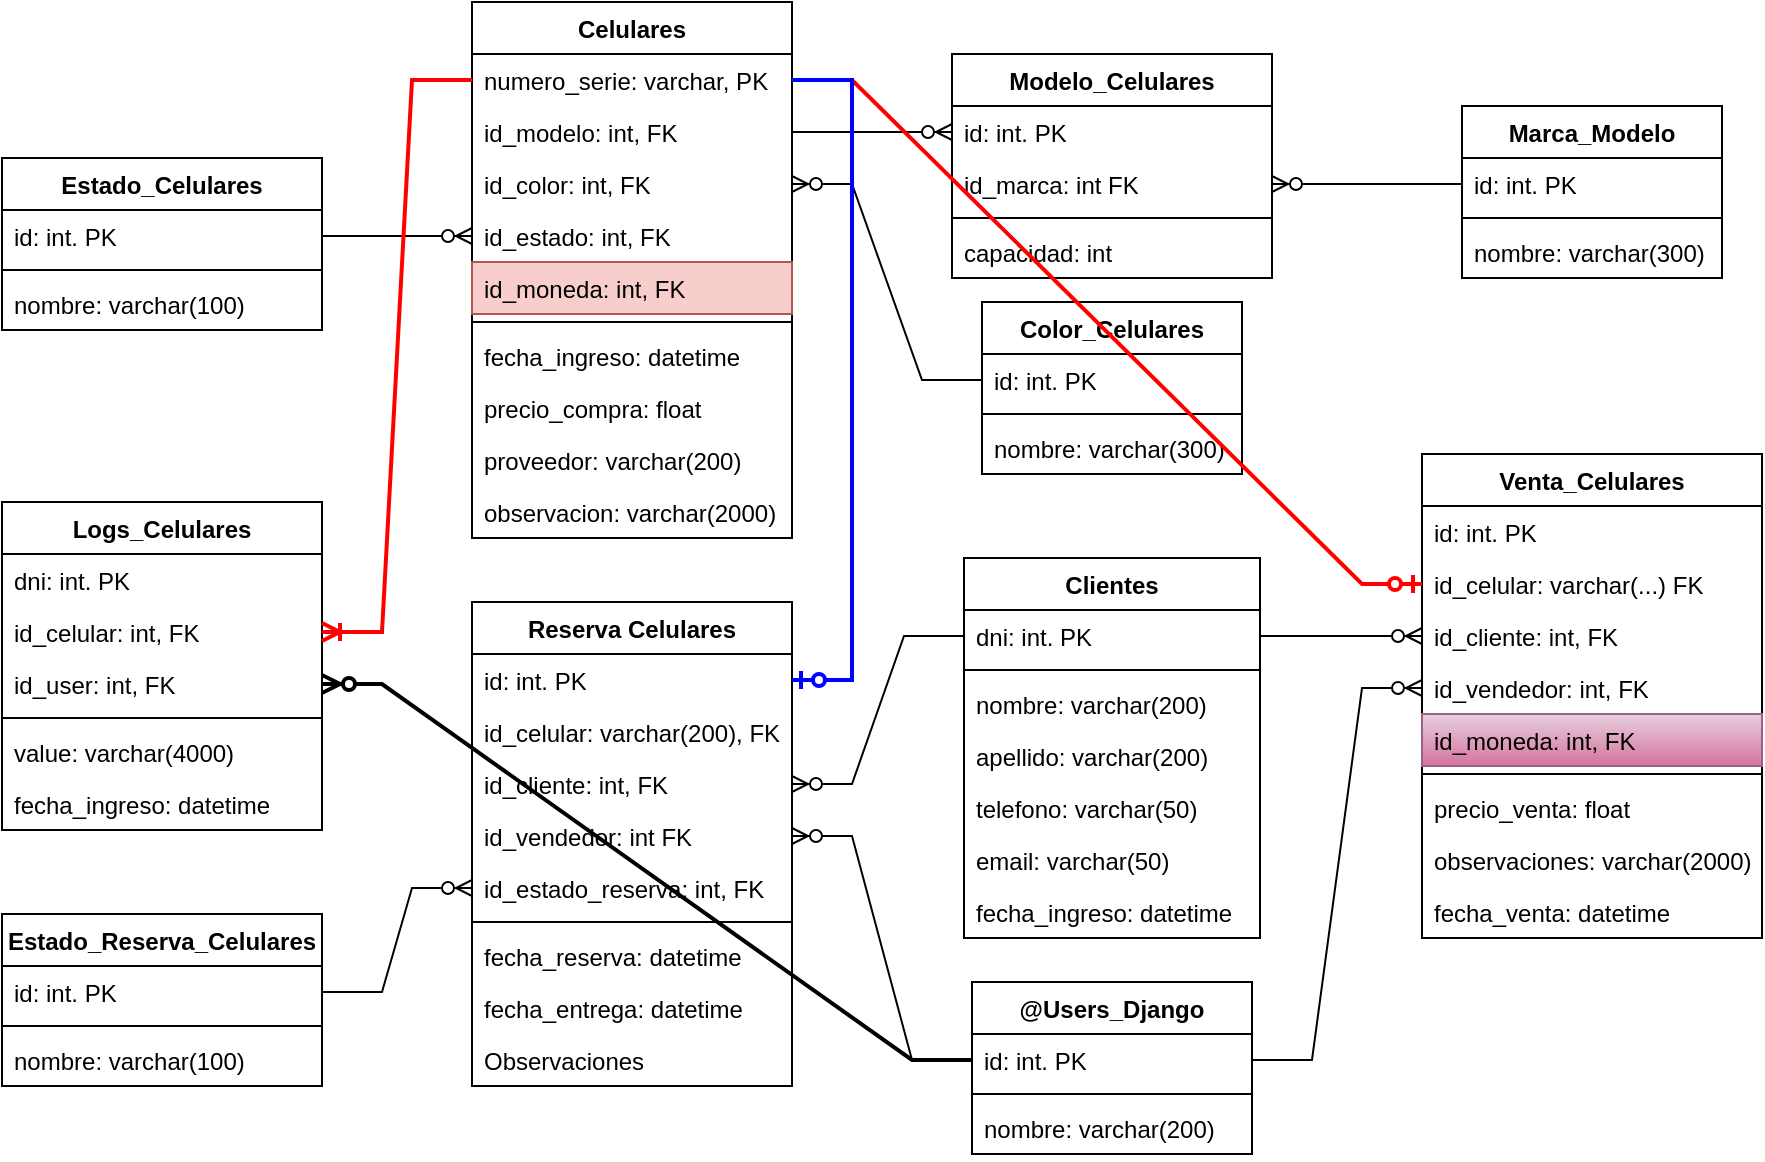
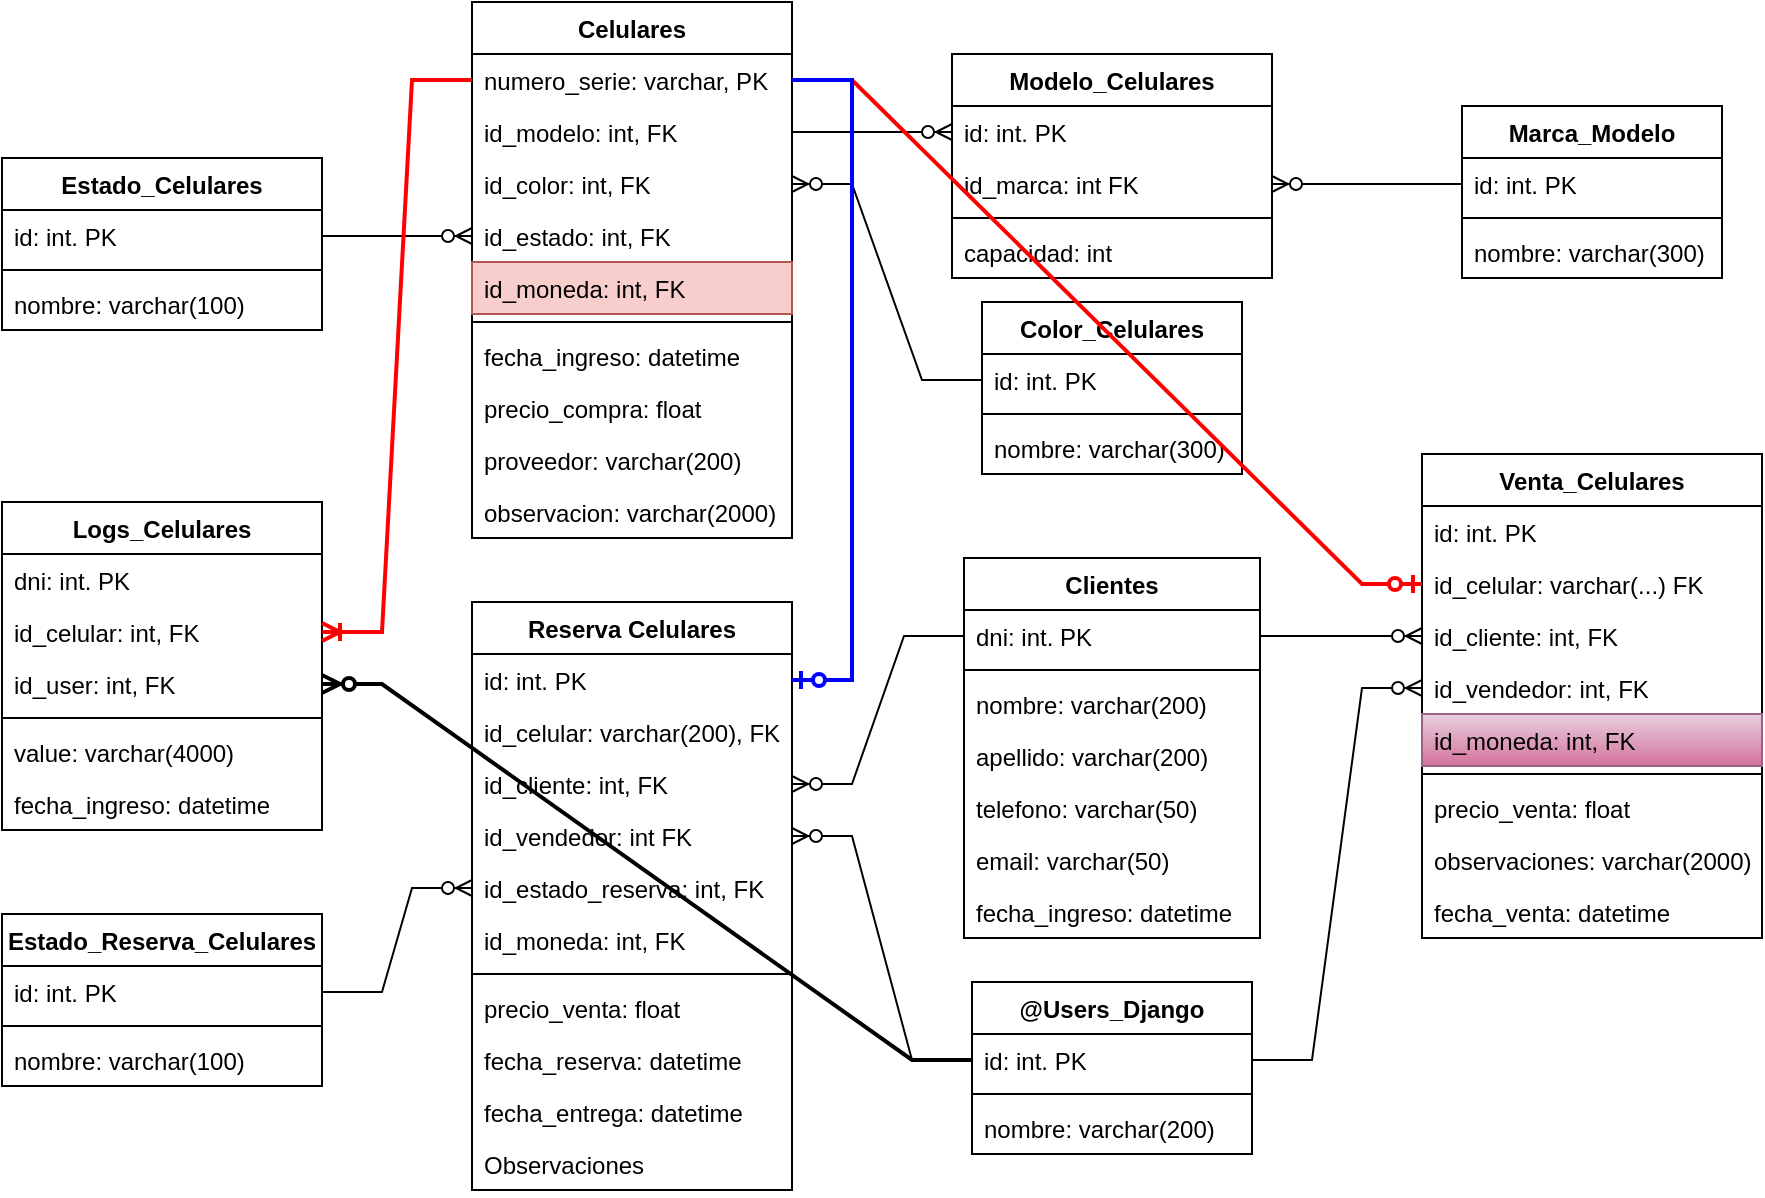
<mxfile host="Electron" agent="Mozilla/5.0 (Windows NT 10.0; Win64; x64) AppleWebKit/537.36 (KHTML, like Gecko) draw.io/28.0.6 Chrome/138.0.7204.100 Electron/37.2.3 Safari/537.36" version="28.0.6">
  <diagram name="Página-1" id="NHJCB9ElBA69mCwC8eOp">
    <mxGraphModel dx="1042" dy="626" grid="1" gridSize="10" guides="1" tooltips="1" connect="1" arrows="1" fold="1" page="1" pageScale="1" pageWidth="827" pageHeight="1169" math="0" shadow="0">
      <root>
        <mxCell id="0" />
        <mxCell id="1" parent="0" />
        <mxCell id="cg11E8aCLZpi7UAABEdW-1" value="Celulares" style="swimlane;fontStyle=1;align=center;verticalAlign=top;childLayout=stackLayout;horizontal=1;startSize=26;horizontalStack=0;resizeParent=1;resizeParentMax=0;resizeLast=0;collapsible=1;marginBottom=0;whiteSpace=wrap;html=1;" parent="1" vertex="1">
          <mxGeometry x="265" y="20" width="160" height="268" as="geometry" />
        </mxCell>
        <mxCell id="cg11E8aCLZpi7UAABEdW-2" value="numero_serie: varchar, PK" style="text;strokeColor=none;fillColor=none;align=left;verticalAlign=top;spacingLeft=4;spacingRight=4;overflow=hidden;rotatable=0;points=[[0,0.5],[1,0.5]];portConstraint=eastwest;whiteSpace=wrap;html=1;" parent="cg11E8aCLZpi7UAABEdW-1" vertex="1">
          <mxGeometry y="26" width="160" height="26" as="geometry" />
        </mxCell>
        <mxCell id="6_gGa5KyeZTrZgQA43t1-7" value="id_modelo: int, FK" style="text;strokeColor=none;fillColor=none;align=left;verticalAlign=top;spacingLeft=4;spacingRight=4;overflow=hidden;rotatable=0;points=[[0,0.5],[1,0.5]];portConstraint=eastwest;whiteSpace=wrap;html=1;" parent="cg11E8aCLZpi7UAABEdW-1" vertex="1">
          <mxGeometry y="52" width="160" height="26" as="geometry" />
        </mxCell>
        <mxCell id="6_gGa5KyeZTrZgQA43t1-6" value="id_color: int, FK" style="text;strokeColor=none;fillColor=none;align=left;verticalAlign=top;spacingLeft=4;spacingRight=4;overflow=hidden;rotatable=0;points=[[0,0.5],[1,0.5]];portConstraint=eastwest;whiteSpace=wrap;html=1;" parent="cg11E8aCLZpi7UAABEdW-1" vertex="1">
          <mxGeometry y="78" width="160" height="26" as="geometry" />
        </mxCell>
        <mxCell id="6_gGa5KyeZTrZgQA43t1-5" value="id_estado: int, FK" style="text;strokeColor=none;fillColor=none;align=left;verticalAlign=top;spacingLeft=4;spacingRight=4;overflow=hidden;rotatable=0;points=[[0,0.5],[1,0.5]];portConstraint=eastwest;whiteSpace=wrap;html=1;" parent="cg11E8aCLZpi7UAABEdW-1" vertex="1">
          <mxGeometry y="104" width="160" height="26" as="geometry" />
        </mxCell>
        <mxCell id="6_gGa5KyeZTrZgQA43t1-3" value="id_moneda: int, FK" style="text;strokeColor=#b85450;fillColor=#f8cecc;align=left;verticalAlign=top;spacingLeft=4;spacingRight=4;overflow=hidden;rotatable=0;points=[[0,0.5],[1,0.5]];portConstraint=eastwest;whiteSpace=wrap;html=1;" parent="cg11E8aCLZpi7UAABEdW-1" vertex="1">
          <mxGeometry y="130" width="160" height="26" as="geometry" />
        </mxCell>
        <mxCell id="cg11E8aCLZpi7UAABEdW-3" value="" style="line;strokeWidth=1;fillColor=none;align=left;verticalAlign=middle;spacingTop=-1;spacingLeft=3;spacingRight=3;rotatable=0;labelPosition=right;points=[];portConstraint=eastwest;strokeColor=inherit;" parent="cg11E8aCLZpi7UAABEdW-1" vertex="1">
          <mxGeometry y="156" width="160" height="8" as="geometry" />
        </mxCell>
        <mxCell id="cg11E8aCLZpi7UAABEdW-4" value="fecha_ingreso: datetime" style="text;strokeColor=none;fillColor=none;align=left;verticalAlign=top;spacingLeft=4;spacingRight=4;overflow=hidden;rotatable=0;points=[[0,0.5],[1,0.5]];portConstraint=eastwest;whiteSpace=wrap;html=1;" parent="cg11E8aCLZpi7UAABEdW-1" vertex="1">
          <mxGeometry y="164" width="160" height="26" as="geometry" />
        </mxCell>
        <mxCell id="6_gGa5KyeZTrZgQA43t1-4" value="precio_compra: float" style="text;strokeColor=none;fillColor=none;align=left;verticalAlign=top;spacingLeft=4;spacingRight=4;overflow=hidden;rotatable=0;points=[[0,0.5],[1,0.5]];portConstraint=eastwest;whiteSpace=wrap;html=1;" parent="cg11E8aCLZpi7UAABEdW-1" vertex="1">
          <mxGeometry y="190" width="160" height="26" as="geometry" />
        </mxCell>
        <mxCell id="6_gGa5KyeZTrZgQA43t1-2" value="proveedor: varchar(200)" style="text;strokeColor=none;fillColor=none;align=left;verticalAlign=top;spacingLeft=4;spacingRight=4;overflow=hidden;rotatable=0;points=[[0,0.5],[1,0.5]];portConstraint=eastwest;whiteSpace=wrap;html=1;" parent="cg11E8aCLZpi7UAABEdW-1" vertex="1">
          <mxGeometry y="216" width="160" height="26" as="geometry" />
        </mxCell>
        <mxCell id="6_gGa5KyeZTrZgQA43t1-1" value="observacion: varchar(2000)" style="text;strokeColor=none;fillColor=none;align=left;verticalAlign=top;spacingLeft=4;spacingRight=4;overflow=hidden;rotatable=0;points=[[0,0.5],[1,0.5]];portConstraint=eastwest;whiteSpace=wrap;html=1;" parent="cg11E8aCLZpi7UAABEdW-1" vertex="1">
          <mxGeometry y="242" width="160" height="26" as="geometry" />
        </mxCell>
        <mxCell id="6_gGa5KyeZTrZgQA43t1-8" value="Modelo_Celulares" style="swimlane;fontStyle=1;align=center;verticalAlign=top;childLayout=stackLayout;horizontal=1;startSize=26;horizontalStack=0;resizeParent=1;resizeParentMax=0;resizeLast=0;collapsible=1;marginBottom=0;whiteSpace=wrap;html=1;" parent="1" vertex="1">
          <mxGeometry x="505" y="46" width="160" height="112" as="geometry" />
        </mxCell>
        <mxCell id="6_gGa5KyeZTrZgQA43t1-9" value="id: int. PK" style="text;strokeColor=none;fillColor=none;align=left;verticalAlign=top;spacingLeft=4;spacingRight=4;overflow=hidden;rotatable=0;points=[[0,0.5],[1,0.5]];portConstraint=eastwest;whiteSpace=wrap;html=1;" parent="6_gGa5KyeZTrZgQA43t1-8" vertex="1">
          <mxGeometry y="26" width="160" height="26" as="geometry" />
        </mxCell>
        <mxCell id="6_gGa5KyeZTrZgQA43t1-16" value="id_marca: int FK" style="text;strokeColor=none;fillColor=none;align=left;verticalAlign=top;spacingLeft=4;spacingRight=4;overflow=hidden;rotatable=0;points=[[0,0.5],[1,0.5]];portConstraint=eastwest;whiteSpace=wrap;html=1;" parent="6_gGa5KyeZTrZgQA43t1-8" vertex="1">
          <mxGeometry y="52" width="160" height="26" as="geometry" />
        </mxCell>
        <mxCell id="6_gGa5KyeZTrZgQA43t1-14" value="" style="line;strokeWidth=1;fillColor=none;align=left;verticalAlign=middle;spacingTop=-1;spacingLeft=3;spacingRight=3;rotatable=0;labelPosition=right;points=[];portConstraint=eastwest;strokeColor=inherit;" parent="6_gGa5KyeZTrZgQA43t1-8" vertex="1">
          <mxGeometry y="78" width="160" height="8" as="geometry" />
        </mxCell>
        <mxCell id="6_gGa5KyeZTrZgQA43t1-15" value="capacidad: int" style="text;strokeColor=none;fillColor=none;align=left;verticalAlign=top;spacingLeft=4;spacingRight=4;overflow=hidden;rotatable=0;points=[[0,0.5],[1,0.5]];portConstraint=eastwest;whiteSpace=wrap;html=1;" parent="6_gGa5KyeZTrZgQA43t1-8" vertex="1">
          <mxGeometry y="86" width="160" height="26" as="geometry" />
        </mxCell>
        <mxCell id="6_gGa5KyeZTrZgQA43t1-19" value="Marca_Modelo" style="swimlane;fontStyle=1;align=center;verticalAlign=top;childLayout=stackLayout;horizontal=1;startSize=26;horizontalStack=0;resizeParent=1;resizeParentMax=0;resizeLast=0;collapsible=1;marginBottom=0;whiteSpace=wrap;html=1;" parent="1" vertex="1">
          <mxGeometry x="760" y="72" width="130" height="86" as="geometry" />
        </mxCell>
        <mxCell id="6_gGa5KyeZTrZgQA43t1-20" value="id: int. PK" style="text;strokeColor=none;fillColor=none;align=left;verticalAlign=top;spacingLeft=4;spacingRight=4;overflow=hidden;rotatable=0;points=[[0,0.5],[1,0.5]];portConstraint=eastwest;whiteSpace=wrap;html=1;" parent="6_gGa5KyeZTrZgQA43t1-19" vertex="1">
          <mxGeometry y="26" width="130" height="26" as="geometry" />
        </mxCell>
        <mxCell id="6_gGa5KyeZTrZgQA43t1-22" value="" style="line;strokeWidth=1;fillColor=none;align=left;verticalAlign=middle;spacingTop=-1;spacingLeft=3;spacingRight=3;rotatable=0;labelPosition=right;points=[];portConstraint=eastwest;strokeColor=inherit;" parent="6_gGa5KyeZTrZgQA43t1-19" vertex="1">
          <mxGeometry y="52" width="130" height="8" as="geometry" />
        </mxCell>
        <mxCell id="6_gGa5KyeZTrZgQA43t1-23" value="nombre: varchar(300)" style="text;strokeColor=none;fillColor=none;align=left;verticalAlign=top;spacingLeft=4;spacingRight=4;overflow=hidden;rotatable=0;points=[[0,0.5],[1,0.5]];portConstraint=eastwest;whiteSpace=wrap;html=1;" parent="6_gGa5KyeZTrZgQA43t1-19" vertex="1">
          <mxGeometry y="60" width="130" height="26" as="geometry" />
        </mxCell>
        <mxCell id="6_gGa5KyeZTrZgQA43t1-28" value="Estado_Celulares" style="swimlane;fontStyle=1;align=center;verticalAlign=top;childLayout=stackLayout;horizontal=1;startSize=26;horizontalStack=0;resizeParent=1;resizeParentMax=0;resizeLast=0;collapsible=1;marginBottom=0;whiteSpace=wrap;html=1;" parent="1" vertex="1">
          <mxGeometry x="30" y="98" width="160" height="86" as="geometry" />
        </mxCell>
        <mxCell id="6_gGa5KyeZTrZgQA43t1-29" value="id: int. PK" style="text;strokeColor=none;fillColor=none;align=left;verticalAlign=top;spacingLeft=4;spacingRight=4;overflow=hidden;rotatable=0;points=[[0,0.5],[1,0.5]];portConstraint=eastwest;whiteSpace=wrap;html=1;" parent="6_gGa5KyeZTrZgQA43t1-28" vertex="1">
          <mxGeometry y="26" width="160" height="26" as="geometry" />
        </mxCell>
        <mxCell id="6_gGa5KyeZTrZgQA43t1-31" value="" style="line;strokeWidth=1;fillColor=none;align=left;verticalAlign=middle;spacingTop=-1;spacingLeft=3;spacingRight=3;rotatable=0;labelPosition=right;points=[];portConstraint=eastwest;strokeColor=inherit;" parent="6_gGa5KyeZTrZgQA43t1-28" vertex="1">
          <mxGeometry y="52" width="160" height="8" as="geometry" />
        </mxCell>
        <mxCell id="6_gGa5KyeZTrZgQA43t1-32" value="nombre: varchar(100)" style="text;strokeColor=none;fillColor=none;align=left;verticalAlign=top;spacingLeft=4;spacingRight=4;overflow=hidden;rotatable=0;points=[[0,0.5],[1,0.5]];portConstraint=eastwest;whiteSpace=wrap;html=1;" parent="6_gGa5KyeZTrZgQA43t1-28" vertex="1">
          <mxGeometry y="60" width="160" height="26" as="geometry" />
        </mxCell>
        <mxCell id="6_gGa5KyeZTrZgQA43t1-33" value="Venta_Celulares" style="swimlane;fontStyle=1;align=center;verticalAlign=top;childLayout=stackLayout;horizontal=1;startSize=26;horizontalStack=0;resizeParent=1;resizeParentMax=0;resizeLast=0;collapsible=1;marginBottom=0;whiteSpace=wrap;html=1;" parent="1" vertex="1">
          <mxGeometry x="740" y="246" width="170" height="242" as="geometry" />
        </mxCell>
        <mxCell id="6_gGa5KyeZTrZgQA43t1-34" value="id: int. PK" style="text;strokeColor=none;fillColor=none;align=left;verticalAlign=top;spacingLeft=4;spacingRight=4;overflow=hidden;rotatable=0;points=[[0,0.5],[1,0.5]];portConstraint=eastwest;whiteSpace=wrap;html=1;" parent="6_gGa5KyeZTrZgQA43t1-33" vertex="1">
          <mxGeometry y="26" width="170" height="26" as="geometry" />
        </mxCell>
        <mxCell id="6_gGa5KyeZTrZgQA43t1-36" value="id_celular: varchar(...) FK" style="text;strokeColor=none;fillColor=none;align=left;verticalAlign=top;spacingLeft=4;spacingRight=4;overflow=hidden;rotatable=0;points=[[0,0.5],[1,0.5]];portConstraint=eastwest;whiteSpace=wrap;html=1;" parent="6_gGa5KyeZTrZgQA43t1-33" vertex="1">
          <mxGeometry y="52" width="170" height="26" as="geometry" />
        </mxCell>
        <mxCell id="6_gGa5KyeZTrZgQA43t1-41" value="id_cliente: int, FK" style="text;strokeColor=none;fillColor=none;align=left;verticalAlign=top;spacingLeft=4;spacingRight=4;overflow=hidden;rotatable=0;points=[[0,0.5],[1,0.5]];portConstraint=eastwest;whiteSpace=wrap;html=1;" parent="6_gGa5KyeZTrZgQA43t1-33" vertex="1">
          <mxGeometry y="78" width="170" height="26" as="geometry" />
        </mxCell>
        <mxCell id="6_gGa5KyeZTrZgQA43t1-40" value="id_vendedor: int, FK" style="text;strokeColor=none;fillColor=none;align=left;verticalAlign=top;spacingLeft=4;spacingRight=4;overflow=hidden;rotatable=0;points=[[0,0.5],[1,0.5]];portConstraint=eastwest;whiteSpace=wrap;html=1;" parent="6_gGa5KyeZTrZgQA43t1-33" vertex="1">
          <mxGeometry y="104" width="170" height="26" as="geometry" />
        </mxCell>
        <mxCell id="6_gGa5KyeZTrZgQA43t1-38" value="id_moneda: int, FK" style="text;strokeColor=#996185;fillColor=#e6d0de;align=left;verticalAlign=top;spacingLeft=4;spacingRight=4;overflow=hidden;rotatable=0;points=[[0,0.5],[1,0.5]];portConstraint=eastwest;whiteSpace=wrap;html=1;gradientColor=#d5739d;" parent="6_gGa5KyeZTrZgQA43t1-33" vertex="1">
          <mxGeometry y="130" width="170" height="26" as="geometry" />
        </mxCell>
        <mxCell id="6_gGa5KyeZTrZgQA43t1-35" value="" style="line;strokeWidth=1;fillColor=none;align=left;verticalAlign=middle;spacingTop=-1;spacingLeft=3;spacingRight=3;rotatable=0;labelPosition=right;points=[];portConstraint=eastwest;strokeColor=inherit;" parent="6_gGa5KyeZTrZgQA43t1-33" vertex="1">
          <mxGeometry y="156" width="170" height="8" as="geometry" />
        </mxCell>
        <mxCell id="6_gGa5KyeZTrZgQA43t1-39" value="precio_venta: float" style="text;strokeColor=none;fillColor=none;align=left;verticalAlign=top;spacingLeft=4;spacingRight=4;overflow=hidden;rotatable=0;points=[[0,0.5],[1,0.5]];portConstraint=eastwest;whiteSpace=wrap;html=1;" parent="6_gGa5KyeZTrZgQA43t1-33" vertex="1">
          <mxGeometry y="164" width="170" height="26" as="geometry" />
        </mxCell>
        <mxCell id="6_gGa5KyeZTrZgQA43t1-37" value="observaciones: varchar(2000)" style="text;strokeColor=none;fillColor=none;align=left;verticalAlign=top;spacingLeft=4;spacingRight=4;overflow=hidden;rotatable=0;points=[[0,0.5],[1,0.5]];portConstraint=eastwest;whiteSpace=wrap;html=1;" parent="6_gGa5KyeZTrZgQA43t1-33" vertex="1">
          <mxGeometry y="190" width="170" height="26" as="geometry" />
        </mxCell>
        <mxCell id="6_gGa5KyeZTrZgQA43t1-63" value="fecha_venta: datetime" style="text;strokeColor=none;fillColor=none;align=left;verticalAlign=top;spacingLeft=4;spacingRight=4;overflow=hidden;rotatable=0;points=[[0,0.5],[1,0.5]];portConstraint=eastwest;whiteSpace=wrap;html=1;" parent="6_gGa5KyeZTrZgQA43t1-33" vertex="1">
          <mxGeometry y="216" width="170" height="26" as="geometry" />
        </mxCell>
        <mxCell id="6_gGa5KyeZTrZgQA43t1-43" value="Clientes" style="swimlane;fontStyle=1;align=center;verticalAlign=top;childLayout=stackLayout;horizontal=1;startSize=26;horizontalStack=0;resizeParent=1;resizeParentMax=0;resizeLast=0;collapsible=1;marginBottom=0;whiteSpace=wrap;html=1;" parent="1" vertex="1">
          <mxGeometry x="511" y="298" width="148" height="190" as="geometry" />
        </mxCell>
        <mxCell id="6_gGa5KyeZTrZgQA43t1-44" value="dni: int. PK" style="text;strokeColor=none;fillColor=none;align=left;verticalAlign=top;spacingLeft=4;spacingRight=4;overflow=hidden;rotatable=0;points=[[0,0.5],[1,0.5]];portConstraint=eastwest;whiteSpace=wrap;html=1;" parent="6_gGa5KyeZTrZgQA43t1-43" vertex="1">
          <mxGeometry y="26" width="148" height="26" as="geometry" />
        </mxCell>
        <mxCell id="6_gGa5KyeZTrZgQA43t1-45" value="" style="line;strokeWidth=1;fillColor=none;align=left;verticalAlign=middle;spacingTop=-1;spacingLeft=3;spacingRight=3;rotatable=0;labelPosition=right;points=[];portConstraint=eastwest;strokeColor=inherit;" parent="6_gGa5KyeZTrZgQA43t1-43" vertex="1">
          <mxGeometry y="52" width="148" height="8" as="geometry" />
        </mxCell>
        <mxCell id="6_gGa5KyeZTrZgQA43t1-46" value="nombre: varchar(200)" style="text;strokeColor=none;fillColor=none;align=left;verticalAlign=top;spacingLeft=4;spacingRight=4;overflow=hidden;rotatable=0;points=[[0,0.5],[1,0.5]];portConstraint=eastwest;whiteSpace=wrap;html=1;" parent="6_gGa5KyeZTrZgQA43t1-43" vertex="1">
          <mxGeometry y="60" width="148" height="26" as="geometry" />
        </mxCell>
        <mxCell id="6_gGa5KyeZTrZgQA43t1-50" value="apellido: varchar(200)" style="text;strokeColor=none;fillColor=none;align=left;verticalAlign=top;spacingLeft=4;spacingRight=4;overflow=hidden;rotatable=0;points=[[0,0.5],[1,0.5]];portConstraint=eastwest;whiteSpace=wrap;html=1;" parent="6_gGa5KyeZTrZgQA43t1-43" vertex="1">
          <mxGeometry y="86" width="148" height="26" as="geometry" />
        </mxCell>
        <mxCell id="6_gGa5KyeZTrZgQA43t1-49" value="telefono: varchar(50)" style="text;strokeColor=none;fillColor=none;align=left;verticalAlign=top;spacingLeft=4;spacingRight=4;overflow=hidden;rotatable=0;points=[[0,0.5],[1,0.5]];portConstraint=eastwest;whiteSpace=wrap;html=1;" parent="6_gGa5KyeZTrZgQA43t1-43" vertex="1">
          <mxGeometry y="112" width="148" height="26" as="geometry" />
        </mxCell>
        <mxCell id="6_gGa5KyeZTrZgQA43t1-48" value="email: varchar(50)" style="text;strokeColor=none;fillColor=none;align=left;verticalAlign=top;spacingLeft=4;spacingRight=4;overflow=hidden;rotatable=0;points=[[0,0.5],[1,0.5]];portConstraint=eastwest;whiteSpace=wrap;html=1;" parent="6_gGa5KyeZTrZgQA43t1-43" vertex="1">
          <mxGeometry y="138" width="148" height="26" as="geometry" />
        </mxCell>
        <mxCell id="6_gGa5KyeZTrZgQA43t1-47" value="fecha_ingreso: datetime" style="text;strokeColor=none;fillColor=none;align=left;verticalAlign=top;spacingLeft=4;spacingRight=4;overflow=hidden;rotatable=0;points=[[0,0.5],[1,0.5]];portConstraint=eastwest;whiteSpace=wrap;html=1;" parent="6_gGa5KyeZTrZgQA43t1-43" vertex="1">
          <mxGeometry y="164" width="148" height="26" as="geometry" />
        </mxCell>
        <mxCell id="6_gGa5KyeZTrZgQA43t1-51" value="Logs_Celulares" style="swimlane;fontStyle=1;align=center;verticalAlign=top;childLayout=stackLayout;horizontal=1;startSize=26;horizontalStack=0;resizeParent=1;resizeParentMax=0;resizeLast=0;collapsible=1;marginBottom=0;whiteSpace=wrap;html=1;" parent="1" vertex="1">
          <mxGeometry x="30" y="270" width="160" height="164" as="geometry" />
        </mxCell>
        <mxCell id="6_gGa5KyeZTrZgQA43t1-52" value="dni: int. PK" style="text;strokeColor=none;fillColor=none;align=left;verticalAlign=top;spacingLeft=4;spacingRight=4;overflow=hidden;rotatable=0;points=[[0,0.5],[1,0.5]];portConstraint=eastwest;whiteSpace=wrap;html=1;" parent="6_gGa5KyeZTrZgQA43t1-51" vertex="1">
          <mxGeometry y="26" width="160" height="26" as="geometry" />
        </mxCell>
        <mxCell id="6_gGa5KyeZTrZgQA43t1-59" value="id_celular: int, FK" style="text;strokeColor=none;fillColor=none;align=left;verticalAlign=top;spacingLeft=4;spacingRight=4;overflow=hidden;rotatable=0;points=[[0,0.5],[1,0.5]];portConstraint=eastwest;whiteSpace=wrap;html=1;" parent="6_gGa5KyeZTrZgQA43t1-51" vertex="1">
          <mxGeometry y="52" width="160" height="26" as="geometry" />
        </mxCell>
-         <mxCell id="BGAKP8ltmg3E2UQQB0_H-1" value="id_user: int, FK" style="text;strokeColor=none;fillColor=none;align=left;verticalAlign=top;spacingLeft=4;spacingRight=4;overflow=hidden;rotatable=0;points=[[0,0.5],[1,0.5]];portConstraint=eastwest;whiteSpace=wrap;html=1;" vertex="1" parent="6_gGa5KyeZTrZgQA43t1-51">
+         <mxCell id="BGAKP8ltmg3E2UQQB0_H-1" value="id_user: int, FK" style="text;strokeColor=none;fillColor=none;align=left;verticalAlign=top;spacingLeft=4;spacingRight=4;overflow=hidden;rotatable=0;points=[[0,0.5],[1,0.5]];portConstraint=eastwest;whiteSpace=wrap;html=1;" parent="6_gGa5KyeZTrZgQA43t1-51" vertex="1">
          <mxGeometry y="78" width="160" height="26" as="geometry" />
        </mxCell>
        <mxCell id="6_gGa5KyeZTrZgQA43t1-53" value="" style="line;strokeWidth=1;fillColor=none;align=left;verticalAlign=middle;spacingTop=-1;spacingLeft=3;spacingRight=3;rotatable=0;labelPosition=right;points=[];portConstraint=eastwest;strokeColor=inherit;" parent="6_gGa5KyeZTrZgQA43t1-51" vertex="1">
          <mxGeometry y="104" width="160" height="8" as="geometry" />
        </mxCell>
        <mxCell id="6_gGa5KyeZTrZgQA43t1-54" value="value: varchar(4000)" style="text;strokeColor=none;fillColor=none;align=left;verticalAlign=top;spacingLeft=4;spacingRight=4;overflow=hidden;rotatable=0;points=[[0,0.5],[1,0.5]];portConstraint=eastwest;whiteSpace=wrap;html=1;" parent="6_gGa5KyeZTrZgQA43t1-51" vertex="1">
          <mxGeometry y="112" width="160" height="26" as="geometry" />
        </mxCell>
        <mxCell id="6_gGa5KyeZTrZgQA43t1-58" value="fecha_ingreso: datetime" style="text;strokeColor=none;fillColor=none;align=left;verticalAlign=top;spacingLeft=4;spacingRight=4;overflow=hidden;rotatable=0;points=[[0,0.5],[1,0.5]];portConstraint=eastwest;whiteSpace=wrap;html=1;" parent="6_gGa5KyeZTrZgQA43t1-51" vertex="1">
          <mxGeometry y="138" width="160" height="26" as="geometry" />
        </mxCell>
        <mxCell id="6_gGa5KyeZTrZgQA43t1-64" value="Reserva Celulares" style="swimlane;fontStyle=1;align=center;verticalAlign=top;childLayout=stackLayout;horizontal=1;startSize=26;horizontalStack=0;resizeParent=1;resizeParentMax=0;resizeLast=0;collapsible=1;marginBottom=0;whiteSpace=wrap;html=1;" parent="1" vertex="1">
-           <mxGeometry x="265" y="320" width="160" height="242" as="geometry" />
+           <mxGeometry x="265" y="320" width="160" height="294" as="geometry" />
        </mxCell>
        <mxCell id="6_gGa5KyeZTrZgQA43t1-65" value="id: int. PK" style="text;strokeColor=none;fillColor=none;align=left;verticalAlign=top;spacingLeft=4;spacingRight=4;overflow=hidden;rotatable=0;points=[[0,0.5],[1,0.5]];portConstraint=eastwest;whiteSpace=wrap;html=1;" parent="6_gGa5KyeZTrZgQA43t1-64" vertex="1">
          <mxGeometry y="26" width="160" height="26" as="geometry" />
        </mxCell>
        <mxCell id="6_gGa5KyeZTrZgQA43t1-67" value="id_celular: varchar(200), FK" style="text;strokeColor=none;fillColor=none;align=left;verticalAlign=top;spacingLeft=4;spacingRight=4;overflow=hidden;rotatable=0;points=[[0,0.5],[1,0.5]];portConstraint=eastwest;whiteSpace=wrap;html=1;" parent="6_gGa5KyeZTrZgQA43t1-64" vertex="1">
          <mxGeometry y="52" width="160" height="26" as="geometry" />
        </mxCell>
        <mxCell id="6_gGa5KyeZTrZgQA43t1-68" value="id_cliente: int, FK" style="text;strokeColor=none;fillColor=none;align=left;verticalAlign=top;spacingLeft=4;spacingRight=4;overflow=hidden;rotatable=0;points=[[0,0.5],[1,0.5]];portConstraint=eastwest;whiteSpace=wrap;html=1;" parent="6_gGa5KyeZTrZgQA43t1-64" vertex="1">
          <mxGeometry y="78" width="160" height="26" as="geometry" />
        </mxCell>
        <mxCell id="6_gGa5KyeZTrZgQA43t1-74" value="id_vendedor: int FK" style="text;strokeColor=none;fillColor=none;align=left;verticalAlign=top;spacingLeft=4;spacingRight=4;overflow=hidden;rotatable=0;points=[[0,0.5],[1,0.5]];portConstraint=eastwest;whiteSpace=wrap;html=1;" parent="6_gGa5KyeZTrZgQA43t1-64" vertex="1">
          <mxGeometry y="104" width="160" height="26" as="geometry" />
        </mxCell>
        <mxCell id="6_gGa5KyeZTrZgQA43t1-82" value="id_estado_reserva: int, FK" style="text;strokeColor=none;fillColor=none;align=left;verticalAlign=top;spacingLeft=4;spacingRight=4;overflow=hidden;rotatable=0;points=[[0,0.5],[1,0.5]];portConstraint=eastwest;whiteSpace=wrap;html=1;" parent="6_gGa5KyeZTrZgQA43t1-64" vertex="1">
          <mxGeometry y="130" width="160" height="26" as="geometry" />
        </mxCell>
+         <mxCell id="GX2GPtRsoPh0-VslmArm-2" value="id_moneda: int, FK" style="text;strokeColor=none;fillColor=none;align=left;verticalAlign=top;spacingLeft=4;spacingRight=4;overflow=hidden;rotatable=0;points=[[0,0.5],[1,0.5]];portConstraint=eastwest;whiteSpace=wrap;html=1;" vertex="1" parent="6_gGa5KyeZTrZgQA43t1-64">
+           <mxGeometry y="156" width="160" height="26" as="geometry" />
+         </mxCell>
        <mxCell id="6_gGa5KyeZTrZgQA43t1-66" value="" style="line;strokeWidth=1;fillColor=none;align=left;verticalAlign=middle;spacingTop=-1;spacingLeft=3;spacingRight=3;rotatable=0;labelPosition=right;points=[];portConstraint=eastwest;strokeColor=inherit;" parent="6_gGa5KyeZTrZgQA43t1-64" vertex="1">
-           <mxGeometry y="156" width="160" height="8" as="geometry" />
+           <mxGeometry y="182" width="160" height="8" as="geometry" />
+         </mxCell>
+         <mxCell id="GX2GPtRsoPh0-VslmArm-1" value="precio_venta: float" style="text;strokeColor=none;fillColor=none;align=left;verticalAlign=top;spacingLeft=4;spacingRight=4;overflow=hidden;rotatable=0;points=[[0,0.5],[1,0.5]];portConstraint=eastwest;whiteSpace=wrap;html=1;" vertex="1" parent="6_gGa5KyeZTrZgQA43t1-64">
+           <mxGeometry y="190" width="160" height="26" as="geometry" />
        </mxCell>
        <mxCell id="6_gGa5KyeZTrZgQA43t1-71" value="fecha_reserva: datetime" style="text;strokeColor=none;fillColor=none;align=left;verticalAlign=top;spacingLeft=4;spacingRight=4;overflow=hidden;rotatable=0;points=[[0,0.5],[1,0.5]];portConstraint=eastwest;whiteSpace=wrap;html=1;" parent="6_gGa5KyeZTrZgQA43t1-64" vertex="1">
-           <mxGeometry y="164" width="160" height="26" as="geometry" />
+           <mxGeometry y="216" width="160" height="26" as="geometry" />
        </mxCell>
        <mxCell id="6_gGa5KyeZTrZgQA43t1-72" value="fecha_entrega: datetime" style="text;strokeColor=none;fillColor=none;align=left;verticalAlign=top;spacingLeft=4;spacingRight=4;overflow=hidden;rotatable=0;points=[[0,0.5],[1,0.5]];portConstraint=eastwest;whiteSpace=wrap;html=1;" parent="6_gGa5KyeZTrZgQA43t1-64" vertex="1">
-           <mxGeometry y="190" width="160" height="26" as="geometry" />
+           <mxGeometry y="242" width="160" height="26" as="geometry" />
        </mxCell>
        <mxCell id="6_gGa5KyeZTrZgQA43t1-73" value="Observaciones" style="text;strokeColor=none;fillColor=none;align=left;verticalAlign=top;spacingLeft=4;spacingRight=4;overflow=hidden;rotatable=0;points=[[0,0.5],[1,0.5]];portConstraint=eastwest;whiteSpace=wrap;html=1;" parent="6_gGa5KyeZTrZgQA43t1-64" vertex="1">
-           <mxGeometry y="216" width="160" height="26" as="geometry" />
+           <mxGeometry y="268" width="160" height="26" as="geometry" />
        </mxCell>
        <mxCell id="6_gGa5KyeZTrZgQA43t1-76" value="Estado_Reserva_Celulares" style="swimlane;fontStyle=1;align=center;verticalAlign=top;childLayout=stackLayout;horizontal=1;startSize=26;horizontalStack=0;resizeParent=1;resizeParentMax=0;resizeLast=0;collapsible=1;marginBottom=0;whiteSpace=wrap;html=1;" parent="1" vertex="1">
          <mxGeometry x="30" y="476" width="160" height="86" as="geometry" />
        </mxCell>
        <mxCell id="6_gGa5KyeZTrZgQA43t1-77" value="id: int. PK" style="text;strokeColor=none;fillColor=none;align=left;verticalAlign=top;spacingLeft=4;spacingRight=4;overflow=hidden;rotatable=0;points=[[0,0.5],[1,0.5]];portConstraint=eastwest;whiteSpace=wrap;html=1;" parent="6_gGa5KyeZTrZgQA43t1-76" vertex="1">
          <mxGeometry y="26" width="160" height="26" as="geometry" />
        </mxCell>
        <mxCell id="6_gGa5KyeZTrZgQA43t1-78" value="" style="line;strokeWidth=1;fillColor=none;align=left;verticalAlign=middle;spacingTop=-1;spacingLeft=3;spacingRight=3;rotatable=0;labelPosition=right;points=[];portConstraint=eastwest;strokeColor=inherit;" parent="6_gGa5KyeZTrZgQA43t1-76" vertex="1">
          <mxGeometry y="52" width="160" height="8" as="geometry" />
        </mxCell>
        <mxCell id="6_gGa5KyeZTrZgQA43t1-79" value="nombre: varchar(100)" style="text;strokeColor=none;fillColor=none;align=left;verticalAlign=top;spacingLeft=4;spacingRight=4;overflow=hidden;rotatable=0;points=[[0,0.5],[1,0.5]];portConstraint=eastwest;whiteSpace=wrap;html=1;" parent="6_gGa5KyeZTrZgQA43t1-76" vertex="1">
          <mxGeometry y="60" width="160" height="26" as="geometry" />
        </mxCell>
        <mxCell id="6_gGa5KyeZTrZgQA43t1-85" value="" style="edgeStyle=entityRelationEdgeStyle;fontSize=12;html=1;endArrow=ERzeroToMany;endFill=1;rounded=0;" parent="1" source="6_gGa5KyeZTrZgQA43t1-29" target="6_gGa5KyeZTrZgQA43t1-5" edge="1">
          <mxGeometry width="100" height="100" relative="1" as="geometry">
            <mxPoint x="390" y="340" as="sourcePoint" />
            <mxPoint x="490" y="240" as="targetPoint" />
          </mxGeometry>
        </mxCell>
        <mxCell id="6_gGa5KyeZTrZgQA43t1-86" value="Color_Celulares" style="swimlane;fontStyle=1;align=center;verticalAlign=top;childLayout=stackLayout;horizontal=1;startSize=26;horizontalStack=0;resizeParent=1;resizeParentMax=0;resizeLast=0;collapsible=1;marginBottom=0;whiteSpace=wrap;html=1;" parent="1" vertex="1">
          <mxGeometry x="520" y="170" width="130" height="86" as="geometry" />
        </mxCell>
        <mxCell id="6_gGa5KyeZTrZgQA43t1-87" value="id: int. PK" style="text;strokeColor=none;fillColor=none;align=left;verticalAlign=top;spacingLeft=4;spacingRight=4;overflow=hidden;rotatable=0;points=[[0,0.5],[1,0.5]];portConstraint=eastwest;whiteSpace=wrap;html=1;" parent="6_gGa5KyeZTrZgQA43t1-86" vertex="1">
          <mxGeometry y="26" width="130" height="26" as="geometry" />
        </mxCell>
        <mxCell id="6_gGa5KyeZTrZgQA43t1-88" value="" style="line;strokeWidth=1;fillColor=none;align=left;verticalAlign=middle;spacingTop=-1;spacingLeft=3;spacingRight=3;rotatable=0;labelPosition=right;points=[];portConstraint=eastwest;strokeColor=inherit;" parent="6_gGa5KyeZTrZgQA43t1-86" vertex="1">
          <mxGeometry y="52" width="130" height="8" as="geometry" />
        </mxCell>
        <mxCell id="6_gGa5KyeZTrZgQA43t1-89" value="nombre: varchar(300)" style="text;strokeColor=none;fillColor=none;align=left;verticalAlign=top;spacingLeft=4;spacingRight=4;overflow=hidden;rotatable=0;points=[[0,0.5],[1,0.5]];portConstraint=eastwest;whiteSpace=wrap;html=1;" parent="6_gGa5KyeZTrZgQA43t1-86" vertex="1">
          <mxGeometry y="60" width="130" height="26" as="geometry" />
        </mxCell>
        <mxCell id="6_gGa5KyeZTrZgQA43t1-95" value="" style="edgeStyle=entityRelationEdgeStyle;fontSize=12;html=1;endArrow=ERzeroToMany;endFill=1;rounded=0;" parent="1" source="6_gGa5KyeZTrZgQA43t1-87" target="6_gGa5KyeZTrZgQA43t1-6" edge="1">
          <mxGeometry width="100" height="100" relative="1" as="geometry">
            <mxPoint x="230" y="130" as="sourcePoint" />
            <mxPoint x="305" y="130" as="targetPoint" />
          </mxGeometry>
        </mxCell>
        <mxCell id="6_gGa5KyeZTrZgQA43t1-96" value="" style="edgeStyle=entityRelationEdgeStyle;fontSize=12;html=1;endArrow=ERzeroToMany;endFill=1;rounded=0;" parent="1" source="6_gGa5KyeZTrZgQA43t1-7" target="6_gGa5KyeZTrZgQA43t1-9" edge="1">
          <mxGeometry width="100" height="100" relative="1" as="geometry">
            <mxPoint x="460" y="150" as="sourcePoint" />
            <mxPoint x="535" y="150" as="targetPoint" />
          </mxGeometry>
        </mxCell>
        <mxCell id="6_gGa5KyeZTrZgQA43t1-97" value="" style="edgeStyle=entityRelationEdgeStyle;fontSize=12;html=1;endArrow=ERzeroToMany;endFill=1;rounded=0;" parent="1" source="6_gGa5KyeZTrZgQA43t1-20" target="6_gGa5KyeZTrZgQA43t1-16" edge="1">
          <mxGeometry width="100" height="100" relative="1" as="geometry">
            <mxPoint x="565" y="300" as="sourcePoint" />
            <mxPoint x="720" y="160" as="targetPoint" />
          </mxGeometry>
        </mxCell>
        <mxCell id="6_gGa5KyeZTrZgQA43t1-98" value="" style="edgeStyle=entityRelationEdgeStyle;fontSize=12;html=1;endArrow=ERoneToMany;rounded=0;strokeWidth=2;strokeColor=#FF0000;" parent="1" source="cg11E8aCLZpi7UAABEdW-2" target="6_gGa5KyeZTrZgQA43t1-59" edge="1">
          <mxGeometry width="100" height="100" relative="1" as="geometry">
            <mxPoint x="470" y="340" as="sourcePoint" />
            <mxPoint x="570" y="240" as="targetPoint" />
          </mxGeometry>
        </mxCell>
        <mxCell id="6_gGa5KyeZTrZgQA43t1-101" value="" style="edgeStyle=entityRelationEdgeStyle;fontSize=12;html=1;endArrow=ERzeroToOne;endFill=1;rounded=0;strokeWidth=2;strokeColor=#FF0000;" parent="1" source="cg11E8aCLZpi7UAABEdW-2" target="6_gGa5KyeZTrZgQA43t1-36" edge="1">
          <mxGeometry width="100" height="100" relative="1" as="geometry">
            <mxPoint x="480" y="324" as="sourcePoint" />
            <mxPoint x="540" y="434" as="targetPoint" />
            <Array as="points">
              <mxPoint x="540" y="270" />
              <mxPoint x="570" y="290" />
            </Array>
          </mxGeometry>
        </mxCell>
        <mxCell id="6_gGa5KyeZTrZgQA43t1-103" value="@Users_Django" style="swimlane;fontStyle=1;align=center;verticalAlign=top;childLayout=stackLayout;horizontal=1;startSize=26;horizontalStack=0;resizeParent=1;resizeParentMax=0;resizeLast=0;collapsible=1;marginBottom=0;whiteSpace=wrap;html=1;" parent="1" vertex="1">
          <mxGeometry x="515" y="510" width="140" height="86" as="geometry" />
        </mxCell>
        <mxCell id="6_gGa5KyeZTrZgQA43t1-104" value="id: int. PK" style="text;strokeColor=none;fillColor=none;align=left;verticalAlign=top;spacingLeft=4;spacingRight=4;overflow=hidden;rotatable=0;points=[[0,0.5],[1,0.5]];portConstraint=eastwest;whiteSpace=wrap;html=1;" parent="6_gGa5KyeZTrZgQA43t1-103" vertex="1">
          <mxGeometry y="26" width="140" height="26" as="geometry" />
        </mxCell>
        <mxCell id="6_gGa5KyeZTrZgQA43t1-105" value="" style="line;strokeWidth=1;fillColor=none;align=left;verticalAlign=middle;spacingTop=-1;spacingLeft=3;spacingRight=3;rotatable=0;labelPosition=right;points=[];portConstraint=eastwest;strokeColor=inherit;" parent="6_gGa5KyeZTrZgQA43t1-103" vertex="1">
          <mxGeometry y="52" width="140" height="8" as="geometry" />
        </mxCell>
        <mxCell id="6_gGa5KyeZTrZgQA43t1-106" value="nombre: varchar(200)" style="text;strokeColor=none;fillColor=none;align=left;verticalAlign=top;spacingLeft=4;spacingRight=4;overflow=hidden;rotatable=0;points=[[0,0.5],[1,0.5]];portConstraint=eastwest;whiteSpace=wrap;html=1;" parent="6_gGa5KyeZTrZgQA43t1-103" vertex="1">
          <mxGeometry y="60" width="140" height="26" as="geometry" />
        </mxCell>
        <mxCell id="6_gGa5KyeZTrZgQA43t1-111" value="" style="edgeStyle=entityRelationEdgeStyle;fontSize=12;html=1;endArrow=ERzeroToMany;endFill=1;rounded=0;" parent="1" source="6_gGa5KyeZTrZgQA43t1-44" target="6_gGa5KyeZTrZgQA43t1-41" edge="1">
          <mxGeometry width="100" height="100" relative="1" as="geometry">
            <mxPoint x="760" y="560" as="sourcePoint" />
            <mxPoint x="760" y="572" as="targetPoint" />
          </mxGeometry>
        </mxCell>
        <mxCell id="6_gGa5KyeZTrZgQA43t1-112" value="" style="edgeStyle=entityRelationEdgeStyle;fontSize=12;html=1;endArrow=ERzeroToMany;endFill=1;rounded=0;" parent="1" source="6_gGa5KyeZTrZgQA43t1-104" target="6_gGa5KyeZTrZgQA43t1-40" edge="1">
          <mxGeometry width="100" height="100" relative="1" as="geometry">
            <mxPoint x="797" y="514" as="sourcePoint" />
            <mxPoint x="716" y="628" as="targetPoint" />
          </mxGeometry>
        </mxCell>
        <mxCell id="6_gGa5KyeZTrZgQA43t1-113" value="" style="edgeStyle=entityRelationEdgeStyle;fontSize=12;html=1;endArrow=ERzeroToMany;endFill=1;rounded=0;" parent="1" source="6_gGa5KyeZTrZgQA43t1-77" target="6_gGa5KyeZTrZgQA43t1-82" edge="1">
          <mxGeometry width="100" height="100" relative="1" as="geometry">
            <mxPoint x="210" y="180" as="sourcePoint" />
            <mxPoint x="285" y="180" as="targetPoint" />
          </mxGeometry>
        </mxCell>
        <mxCell id="6_gGa5KyeZTrZgQA43t1-114" value="" style="edgeStyle=entityRelationEdgeStyle;fontSize=12;html=1;endArrow=ERzeroToMany;endFill=1;rounded=0;" parent="1" source="6_gGa5KyeZTrZgQA43t1-44" target="6_gGa5KyeZTrZgQA43t1-68" edge="1">
          <mxGeometry width="100" height="100" relative="1" as="geometry">
            <mxPoint x="690" y="330" as="sourcePoint" />
            <mxPoint x="771" y="330" as="targetPoint" />
          </mxGeometry>
        </mxCell>
        <mxCell id="6_gGa5KyeZTrZgQA43t1-115" value="" style="edgeStyle=entityRelationEdgeStyle;fontSize=12;html=1;endArrow=ERzeroToMany;endFill=1;rounded=0;" parent="1" source="6_gGa5KyeZTrZgQA43t1-104" target="6_gGa5KyeZTrZgQA43t1-74" edge="1">
          <mxGeometry width="100" height="100" relative="1" as="geometry">
            <mxPoint x="690" y="490" as="sourcePoint" />
            <mxPoint x="771" y="490" as="targetPoint" />
          </mxGeometry>
        </mxCell>
        <mxCell id="6_gGa5KyeZTrZgQA43t1-116" value="" style="edgeStyle=entityRelationEdgeStyle;fontSize=12;html=1;endArrow=ERzeroToOne;endFill=1;rounded=0;strokeWidth=2;strokeColor=#0000FF;fillColor=#cdeb8b;" parent="1" source="cg11E8aCLZpi7UAABEdW-2" target="6_gGa5KyeZTrZgQA43t1-65" edge="1">
          <mxGeometry width="100" height="100" relative="1" as="geometry">
            <mxPoint x="670" y="260" as="sourcePoint" />
            <mxPoint x="985" y="512" as="targetPoint" />
            <Array as="points">
              <mxPoint x="785" y="471" />
              <mxPoint x="815" y="491" />
            </Array>
          </mxGeometry>
        </mxCell>
-         <mxCell id="BGAKP8ltmg3E2UQQB0_H-4" value="" style="edgeStyle=entityRelationEdgeStyle;fontSize=12;html=1;endArrow=ERzeroToMany;endFill=1;rounded=0;strokeWidth=2;" edge="1" parent="1" source="6_gGa5KyeZTrZgQA43t1-104" target="BGAKP8ltmg3E2UQQB0_H-1">
+         <mxCell id="BGAKP8ltmg3E2UQQB0_H-4" value="" style="edgeStyle=entityRelationEdgeStyle;fontSize=12;html=1;endArrow=ERzeroToMany;endFill=1;rounded=0;strokeWidth=2;" parent="1" source="6_gGa5KyeZTrZgQA43t1-104" target="BGAKP8ltmg3E2UQQB0_H-1" edge="1">
          <mxGeometry width="100" height="100" relative="1" as="geometry">
            <mxPoint x="760" y="562" as="sourcePoint" />
            <mxPoint x="840" y="562" as="targetPoint" />
          </mxGeometry>
        </mxCell>
      </root>
    </mxGraphModel>
  </diagram>
</mxfile>
